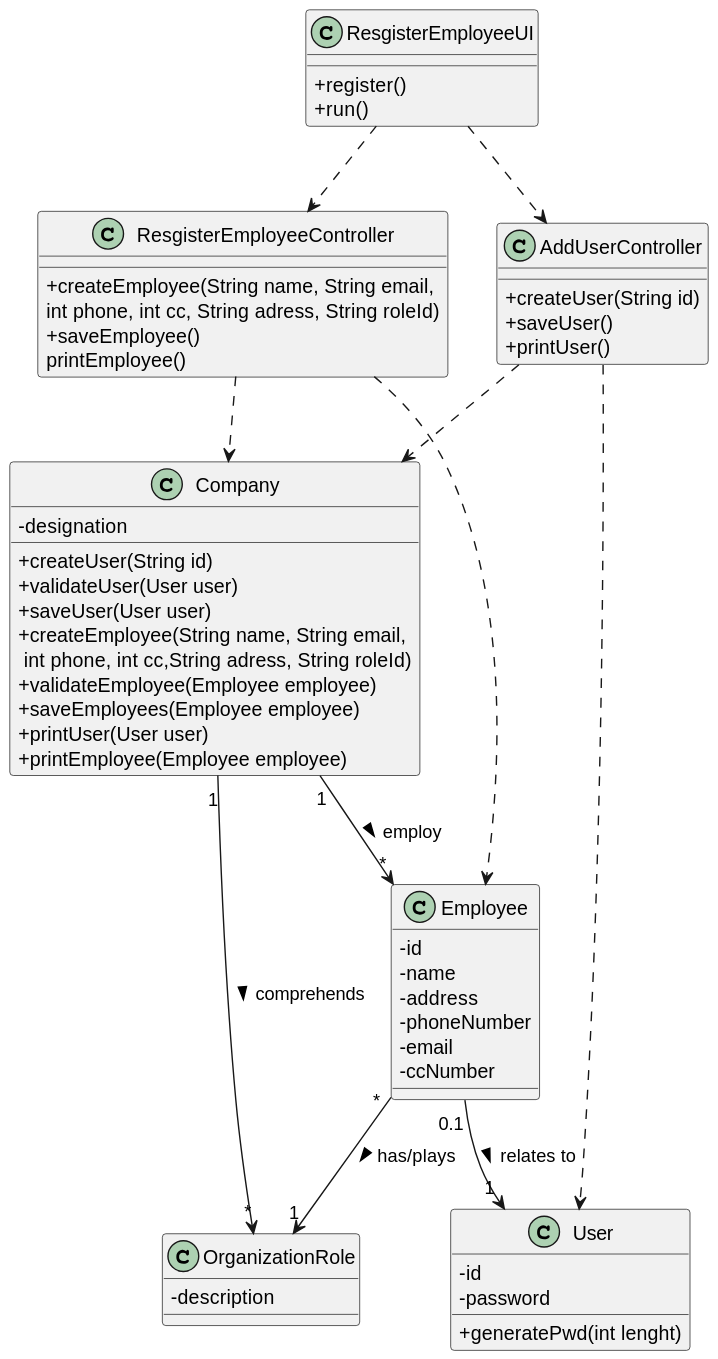
This is docs/SprintC/US010/US010_CD.svg from osnilas/SNSsystem, a PlantUML export, as it was before one commit.
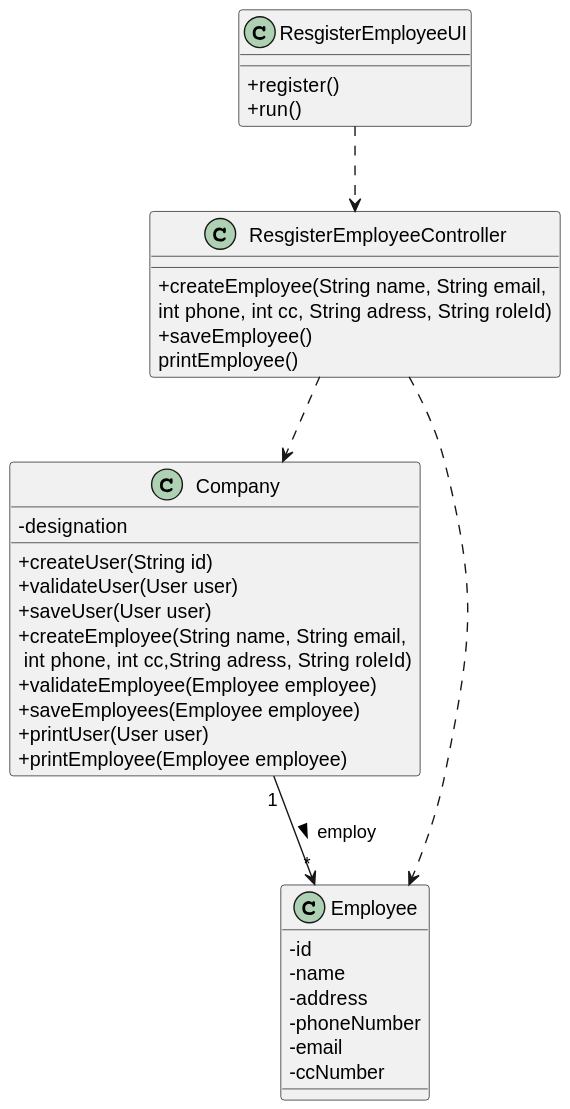
After the commit.

Change to the diagram source:
```diff
@@ -20,14 +20,6 @@
 -email
 -ccNumber
 }
-Class User{
--id
--password
-+generatePwd(int lenght)
-}
-Class OrganizationRole{
--description
-}
 Class ResgisterEmployeeUI{
 +register()
 +run()
@@ -38,21 +30,10 @@
 printEmployee()
 }
 
-Class AddUserController{
-+createUser(String id)
-+saveUser()
-+printUser()
-}
-
 Company"1"-->"*"Employee:employ >
-Employee"0.1"-->"1"User:relates to >
-Company"1"-->"*"OrganizationRole: comprehends >
-Employee"*"-->"1"OrganizationRole:has/plays >
 ResgisterEmployeeController..>Company
 ResgisterEmployeeUI..> ResgisterEmployeeController
-ResgisterEmployeeUI..>AddUserController
-AddUserController..>Company
-AddUserController..>User
+
 ResgisterEmployeeController..>Employee
 
 @enduml
```
